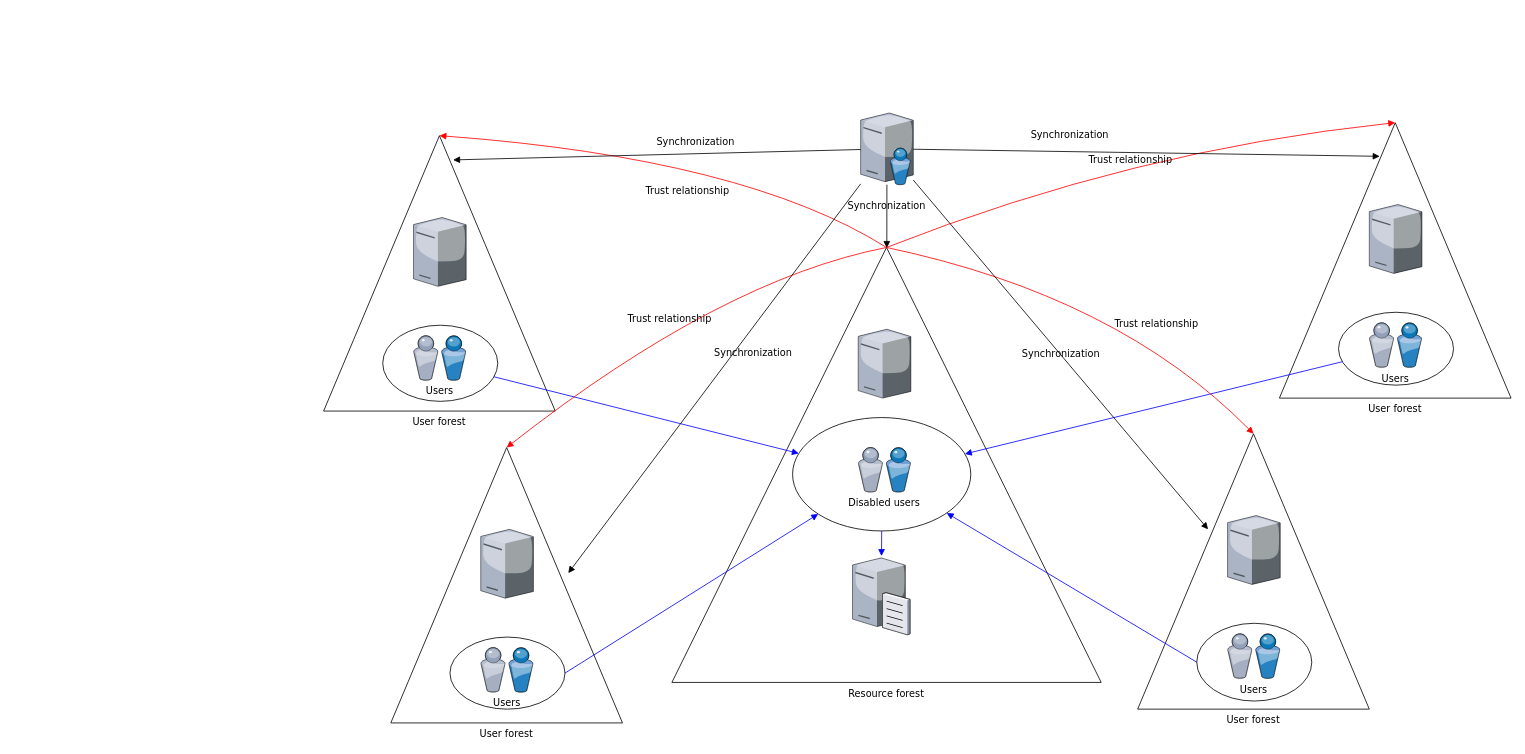
dinggege1024/dinggege1024 keeps this draw.io diagram as 未命名绘图.drawio. Above is the earlier version. Source tidied: cells renumbered, new cells numbered last; positions are measured from the earlier drawing's top-left corner, leaving out a move shared by most shapes. Both pictures are drawn from the tidied source at 81%, with x=0, y=0 at pixel (323, 113). Pictures stored in the file or linked from it are replaced by grey dashed boxes.
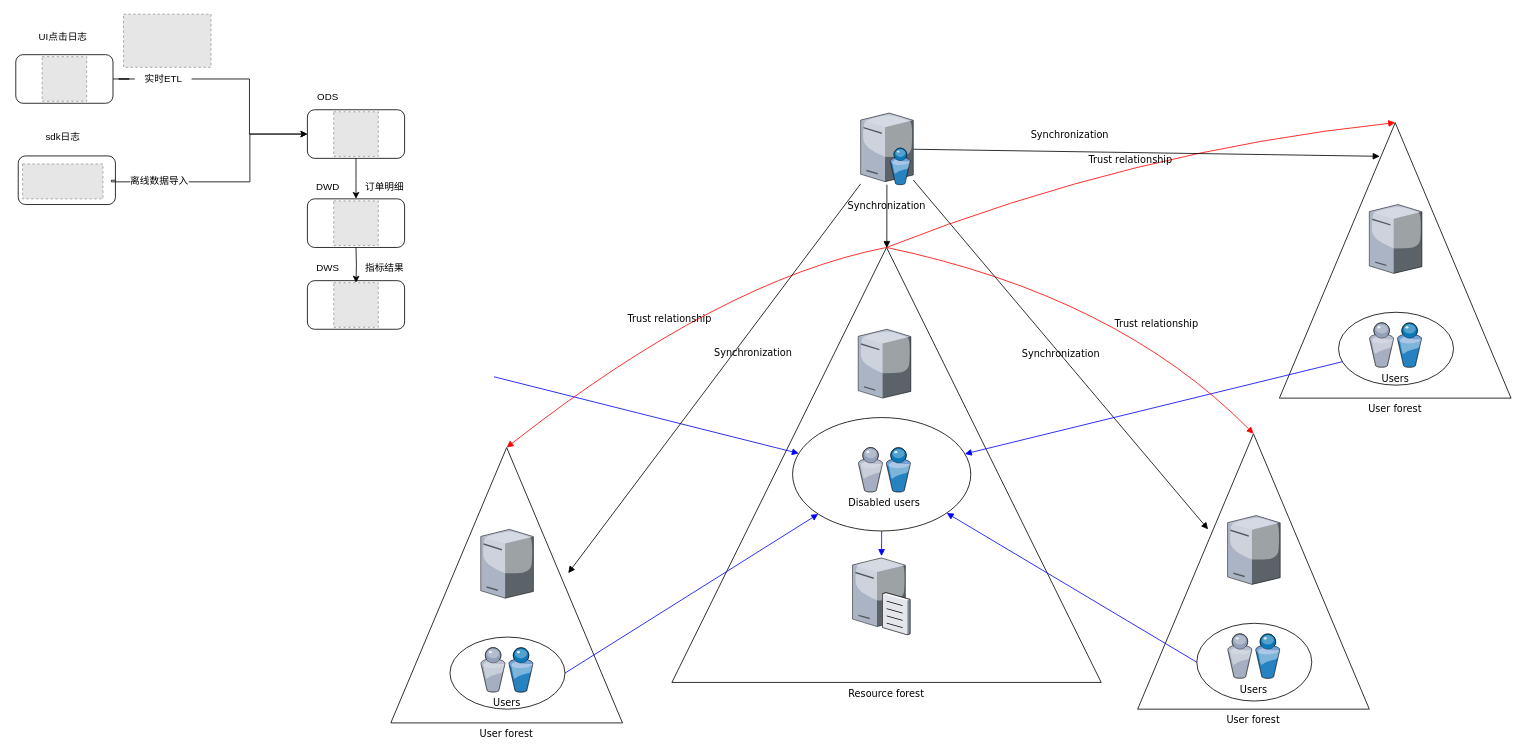
Above is the later version.

Commit message:
安卓支付有数数据流图.drawio

Unchanged cells that the change refers to:
```xml
<mxCell id="5" style="verticalLabelPosition=bottom;html=1;verticalAlign=top;strokeColor=none;shape=mxgraph.citrix.directory_server;rounded=0;shadow=0;comic=0;fontFamily=Verdana;" parent="1" vertex="1">
  <mxGeometry x="663" width="65" height="88.5" as="geometry" />
</mxCell>
<mxCell id="9" style="ellipse;whiteSpace=wrap;html=1;rounded=0;shadow=0;comic=0;strokeWidth=1;fontFamily=Verdana;" parent="1" vertex="1">
  <mxGeometry x="579" y="376" width="220" height="140" as="geometry" />
</mxCell>
```

The edit, as a diff of the source:
```diff
@@
-    <mxCell id="3" value="User forest" style="triangle;whiteSpace=wrap;html=1;rounded=0;shadow=0;comic=0;strokeWidth=1;fontFamily=Verdana;direction=north;labelPosition=center;verticalLabelPosition=bottom;align=center;verticalAlign=top;" parent="1" vertex="1">
-      <mxGeometry y="28" width="286" height="340" as="geometry" />
-    </mxCell>
-    <mxCell id="4" style="ellipse;whiteSpace=wrap;html=1;rounded=0;shadow=0;comic=0;strokeWidth=1;fontFamily=Verdana;" parent="1" vertex="1">
-      <mxGeometry x="73" y="262" width="142" height="94" as="geometry" />
-    </mxCell>
@@
-    <mxCell id="7" value="Users" style="verticalLabelPosition=bottom;html=1;verticalAlign=top;strokeColor=none;shape=mxgraph.citrix.users;rounded=0;shadow=0;comic=0;fontFamily=Verdana;" parent="1" vertex="1">
-      <mxGeometry x="111" y="275" width="64.5" height="55" as="geometry" />
-    </mxCell>
-    <mxCell id="8" style="verticalLabelPosition=bottom;html=1;verticalAlign=top;strokeColor=none;shape=mxgraph.citrix.tower_server;rounded=0;shadow=0;comic=0;fontFamily=Verdana;" parent="1" vertex="1">
-      <mxGeometry x="111" y="129" width="65" height="85" as="geometry" />
-    </mxCell>
@@
-    <mxCell id="17" style="rounded=0;html=1;labelBackgroundColor=none;startArrow=none;startFill=0;endArrow=block;endFill=1;strokeColor=#0000FF;strokeWidth=1;fontFamily=Verdana;fontSize=12;" parent="1" edge="1" source="4" target="9">
-      <mxGeometry relative="1" as="geometry" />
+    <mxCell id="17" style="rounded=0;html=1;labelBackgroundColor=none;startArrow=none;startFill=0;endArrow=block;endFill=1;strokeColor=#0000FF;strokeWidth=1;fontFamily=Verdana;fontSize=12;" parent="1" edge="1" target="9">
+      <mxGeometry relative="1" as="geometry">
+        <mxPoint x="210.4" y="325.7" as="sourcePoint" />
+      </mxGeometry>
     </mxCell>
@@
-    <mxCell id="20" value="Trust relationship" style="html=1;entryX=1;entryY=0.5;labelBackgroundColor=none;startArrow=none;startFill=0;endArrow=block;endFill=1;strokeColor=#FF0000;strokeWidth=1;fontFamily=Verdana;fontSize=12;curved=1;" parent="1" edge="1" target="3">
-      <mxGeometry x="-0.06" y="45" relative="1" as="geometry">
-        <mxPoint x="695" y="166" as="sourcePoint" />
-        <Array as="points">
-          <mxPoint x="520" y="56" />
-        </Array>
-      </mxGeometry>
-    </mxCell>
@@
-    <mxCell id="23" value="Synchronization" style="edgeStyle=none;rounded=0;html=1;entryX=0.912;entryY=0.559;entryPerimeter=0;labelBackgroundColor=none;startArrow=none;startFill=0;endArrow=block;endFill=1;strokeWidth=1;fontFamily=Verdana;fontSize=12;" parent="1" edge="1" source="5" target="3">
-      <mxGeometry x="-0.19" y="-14" relative="1" as="geometry" />
-    </mxCell>
@@
+    <mxCell id="38" style="group;" parent="1" vertex="1">
+      <mxGeometry x="-380" y="-72" width="120" height="60" as="geometry" />
+    </mxCell>
+    <mxCell id="39" style="rounded=1;whiteSpace=wrap;html=1;" parent="38" vertex="1">
+      <mxGeometry width="120" height="60" as="geometry" />
+    </mxCell>
+    <mxCell id="40" style="fillColor=#E6E6E6;strokeColor=#999999;dashed=1;verticalLabelPosition=bottom;labelBackgroundColor=default;verticalAlign=top;" parent="38" vertex="1">
+      <mxGeometry x="32.5" y="2.5" width="55" height="55" as="geometry" />
+    </mxCell>
+    <mxCell id="41" style="group;" parent="1" vertex="1">
+      <mxGeometry x="-20" y="-4" width="120" height="60" as="geometry" />
+    </mxCell>
+    <mxCell id="42" style="rounded=1;whiteSpace=wrap;html=1;" parent="41" vertex="1">
+      <mxGeometry width="120" height="60" as="geometry" />
+    </mxCell>
+    <mxCell id="43" style="fillColor=#E6E6E6;strokeColor=#999999;dashed=1;verticalLabelPosition=bottom;labelBackgroundColor=default;verticalAlign=top;" parent="41" vertex="1">
+      <mxGeometry x="32.5" y="2.5" width="55" height="55" as="geometry" />
+    </mxCell>
+    <mxCell id="44" style="edgeStyle=orthogonalEdgeStyle;rounded=0;jettySize=auto;html=1;entryX=0;entryY=0.5;entryDx=0;entryDy=0;startArrow=none;" parent="1" edge="1" source="65" target="42">
+      <mxGeometry relative="1" as="geometry" />
+    </mxCell>
+    <mxCell id="45" style="fillColor=#E6E6E6;strokeColor=#999999;dashed=1;verticalLabelPosition=bottom;labelBackgroundColor=default;verticalAlign=top;" parent="1" vertex="1">
+      <mxGeometry x="-247" y="-122" width="108" height="65.6" as="geometry" />
+    </mxCell>
+    <mxCell id="46" style="group;" parent="1" vertex="1">
+      <mxGeometry x="-382" y="53" width="120" height="60" as="geometry" />
+    </mxCell>
+    <mxCell id="47" style="rounded=1;whiteSpace=wrap;html=1;" parent="46" vertex="1">
+      <mxGeometry x="5" width="120" height="60" as="geometry" />
+    </mxCell>
+    <mxCell id="48" style="fillColor=#E6E6E6;strokeColor=#999999;dashed=1;verticalLabelPosition=bottom;labelBackgroundColor=default;verticalAlign=top;" parent="46" vertex="1">
+      <mxGeometry x="10.4" y="9.9" width="99.2" height="43.1" as="geometry" />
+    </mxCell>
+    <mxCell id="49" style="edgeStyle=orthogonalEdgeStyle;rounded=0;jettySize=auto;html=1;entryX=0;entryY=0.5;entryDx=0;entryDy=0;exitX=1;exitY=0.5;exitDx=0;exitDy=0;" parent="1" edge="1" source="47" target="42">
+      <mxGeometry relative="1" as="geometry">
+        <Array as="points">
+          <mxPoint x="-262" y="85" />
+          <mxPoint x="-91" y="85" />
+          <mxPoint x="-91" y="26" />
+        </Array>
+      </mxGeometry>
+    </mxCell>
+    <mxCell id="50" value="&lt;font style=&quot;font-size: 12px;&quot;&gt;离线数据导入&lt;/font&gt;" style="edgeLabel;html=1;align=center;verticalAlign=middle;" parent="49" vertex="1">
+      <mxGeometry x="-0.5" y="1" relative="1" as="geometry">
+        <mxPoint x="-12" y="-1" as="offset" />
+      </mxGeometry>
+    </mxCell>
+    <mxCell id="51" style="edgeStyle=orthogonalEdgeStyle;rounded=0;jettySize=auto;html=1;" parent="1" edge="1" source="42">
+      <mxGeometry relative="1" as="geometry">
+        <mxPoint x="40" y="106" as="targetPoint" />
+      </mxGeometry>
+    </mxCell>
+    <mxCell id="52" value="ODS" style="text;html=1;align=center;verticalAlign=middle;strokeColor=none;fillColor=none;" parent="1" vertex="1">
+      <mxGeometry x="-20" y="-34" width="50" height="30" as="geometry" />
+    </mxCell>
+    <mxCell id="53" style="group;" parent="1" vertex="1">
+      <mxGeometry x="-20" y="106" width="120" height="60" as="geometry" />
+    </mxCell>
+    <mxCell id="54" style="rounded=1;whiteSpace=wrap;html=1;" parent="53" vertex="1">
+      <mxGeometry width="120" height="60" as="geometry" />
+    </mxCell>
+    <mxCell id="55" style="fillColor=#E6E6E6;strokeColor=#999999;dashed=1;verticalLabelPosition=bottom;labelBackgroundColor=default;verticalAlign=top;" parent="53" vertex="1">
+      <mxGeometry x="32.5" y="2.5" width="55" height="55" as="geometry" />
+    </mxCell>
+    <mxCell id="56" value="DWD" style="text;html=1;align=center;verticalAlign=middle;strokeColor=none;fillColor=none;" parent="1" vertex="1">
+      <mxGeometry x="-20" y="76" width="50" height="30" as="geometry" />
+    </mxCell>
+    <mxCell id="57" style="group;" parent="1" vertex="1">
+      <mxGeometry x="-20" y="207" width="120" height="60" as="geometry" />
+    </mxCell>
+    <mxCell id="58" style="rounded=1;whiteSpace=wrap;html=1;" parent="57" vertex="1">
+      <mxGeometry width="120" height="60" as="geometry" />
+    </mxCell>
+    <mxCell id="59" style="fillColor=#E6E6E6;strokeColor=#999999;dashed=1;verticalLabelPosition=bottom;labelBackgroundColor=default;verticalAlign=top;" parent="57" vertex="1">
+      <mxGeometry x="32.5" y="2.5" width="55" height="55" as="geometry" />
+    </mxCell>
+    <mxCell id="60" style="edgeStyle=orthogonalEdgeStyle;rounded=0;jettySize=auto;html=1;" parent="1" edge="1" target="59">
+      <mxGeometry relative="1" as="geometry">
+        <mxPoint x="40" y="166" as="sourcePoint" />
+      </mxGeometry>
+    </mxCell>
+    <mxCell id="61" value="DWS" style="text;html=1;align=center;verticalAlign=middle;strokeColor=none;fillColor=none;" parent="1" vertex="1">
+      <mxGeometry x="-20" y="177" width="50" height="30" as="geometry" />
+    </mxCell>
+    <mxCell id="62" value="订单明细" style="text;html=1;align=center;verticalAlign=middle;strokeColor=none;fillColor=none;" parent="1" vertex="1">
+      <mxGeometry x="40" y="76" width="70" height="30" as="geometry" />
+    </mxCell>
+    <mxCell id="63" value="指标结果" style="text;html=1;align=center;verticalAlign=middle;strokeColor=none;fillColor=none;" parent="1" vertex="1">
+      <mxGeometry x="40" y="177" width="70" height="30" as="geometry" />
+    </mxCell>
+    <mxCell id="64" style="edgeStyle=orthogonalEdgeStyle;rounded=0;jettySize=auto;html=1;entryX=0;entryY=0.5;entryDx=0;entryDy=0;endArrow=none;" parent="1" edge="1" source="39" target="65">
+      <mxGeometry relative="1" as="geometry" />
+    </mxCell>
+    <mxCell id="65" value="实时ETL" style="text;html=1;align=center;verticalAlign=middle;points=[];strokeColor=none;fillColor=none;" parent="1" vertex="1">
+      <mxGeometry x="-233" y="-57" width="70" height="30" as="geometry" />
+    </mxCell>
+    <mxCell id="66" value="UI点击日志" style="text;html=1;align=center;verticalAlign=middle;strokeColor=none;fillColor=none;" parent="1" vertex="1">
+      <mxGeometry x="-361" y="-107" width="78" height="26" as="geometry" />
+    </mxCell>
+    <mxCell id="67" value="sdk日志" style="text;html=1;align=center;verticalAlign=middle;strokeColor=none;fillColor=none;" parent="1" vertex="1">
+      <mxGeometry x="-352.5" y="17" width="61" height="26" as="geometry" />
+    </mxCell>
```
